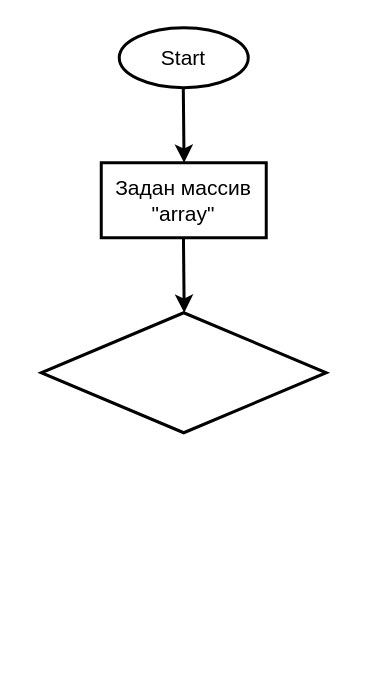
This is final_work/block.drawio from KolesnikPav/final_work, a draw.io file, before an edit. Source tidied: cells renumbered, new cells numbered last; positions are measured from the earlier drawing's top-left corner, leaving out a move shared by most shapes. Both pictures are drawn from the tidied source at 150%, with x=0, y=0 at pixel (40, 27).
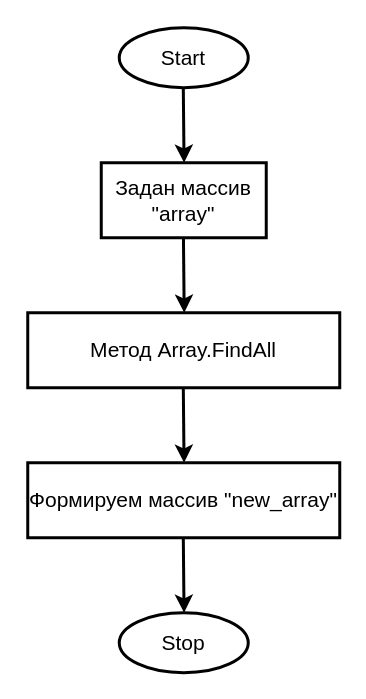
The same diagram, later.

Change to the diagram source:
```diff
@@
 <mxGraphModel>
   <root>
     <mxCell id="0" />
     <mxCell id="1" parent="0" />
     <mxCell id="2" value="&lt;font style=&quot;font-size: 14px&quot;&gt;Start&lt;/font&gt;" style="ellipse;whiteSpace=wrap;html=1;strokeWidth=2;perimeterSpacing=0;" parent="1" vertex="1">
       <mxGeometry x="52" width="86" height="40" as="geometry" />
     </mxCell>
     <mxCell id="3" style="endArrow=classic;html=1;strokeWidth=2;" parent="1" edge="1">
       <mxGeometry relative="1" as="geometry">
         <mxPoint x="94.7" y="40" as="sourcePoint" />
         <mxPoint x="95.2" y="90" as="targetPoint" />
       </mxGeometry>
     </mxCell>
     <mxCell id="4" value="Задан массив &quot;array&quot;" style="rounded=0;whiteSpace=wrap;html=1;fontSize=14;strokeWidth=2;" parent="1" vertex="1">
       <mxGeometry x="40" y="90" width="110" height="50" as="geometry" />
     </mxCell>
-    <mxCell id="5" style="rhombus;whiteSpace=wrap;html=1;fontSize=14;strokeWidth=2;" parent="1" vertex="1">
-      <mxGeometry y="190" width="190" height="80" as="geometry" />
-    </mxCell>
     <mxCell id="6" style="endArrow=classic;html=1;strokeWidth=2;" parent="1" edge="1">
       <mxGeometry relative="1" as="geometry">
         <mxPoint x="94.8" y="140" as="sourcePoint" />
         <mxPoint x="95.3" y="190" as="targetPoint" />
       </mxGeometry>
     </mxCell>
+    <mxCell id="7" value="Метод Array.FindAll" style="rounded=0;whiteSpace=wrap;html=1;fontSize=14;strokeWidth=2;" parent="1" vertex="1">
+      <mxGeometry x="-9" y="190" width="208" height="50" as="geometry" />
+    </mxCell>
+    <mxCell id="8" style="endArrow=classic;html=1;strokeWidth=2;" parent="1" edge="1">
+      <mxGeometry relative="1" as="geometry">
+        <mxPoint x="94.7" y="240" as="sourcePoint" />
+        <mxPoint x="95.2" y="290" as="targetPoint" />
+      </mxGeometry>
+    </mxCell>
+    <mxCell id="9" value="Формируем массив &quot;new_array&quot;" style="rounded=0;whiteSpace=wrap;html=1;fontSize=14;strokeWidth=2;" parent="1" vertex="1">
+      <mxGeometry x="-9" y="290" width="208" height="50" as="geometry" />
+    </mxCell>
+    <mxCell id="10" style="endArrow=classic;html=1;strokeWidth=2;" parent="1" edge="1">
+      <mxGeometry relative="1" as="geometry">
+        <mxPoint x="94.7" y="340" as="sourcePoint" />
+        <mxPoint x="95.2" y="390" as="targetPoint" />
+      </mxGeometry>
+    </mxCell>
+    <mxCell id="11" value="&lt;font style=&quot;font-size: 14px&quot;&gt;Stop&lt;/font&gt;" style="ellipse;whiteSpace=wrap;html=1;strokeWidth=2;perimeterSpacing=0;" parent="1" vertex="1">
+      <mxGeometry x="52" y="390" width="86" height="40" as="geometry" />
+    </mxCell>
   </root>
 </mxGraphModel>
```
